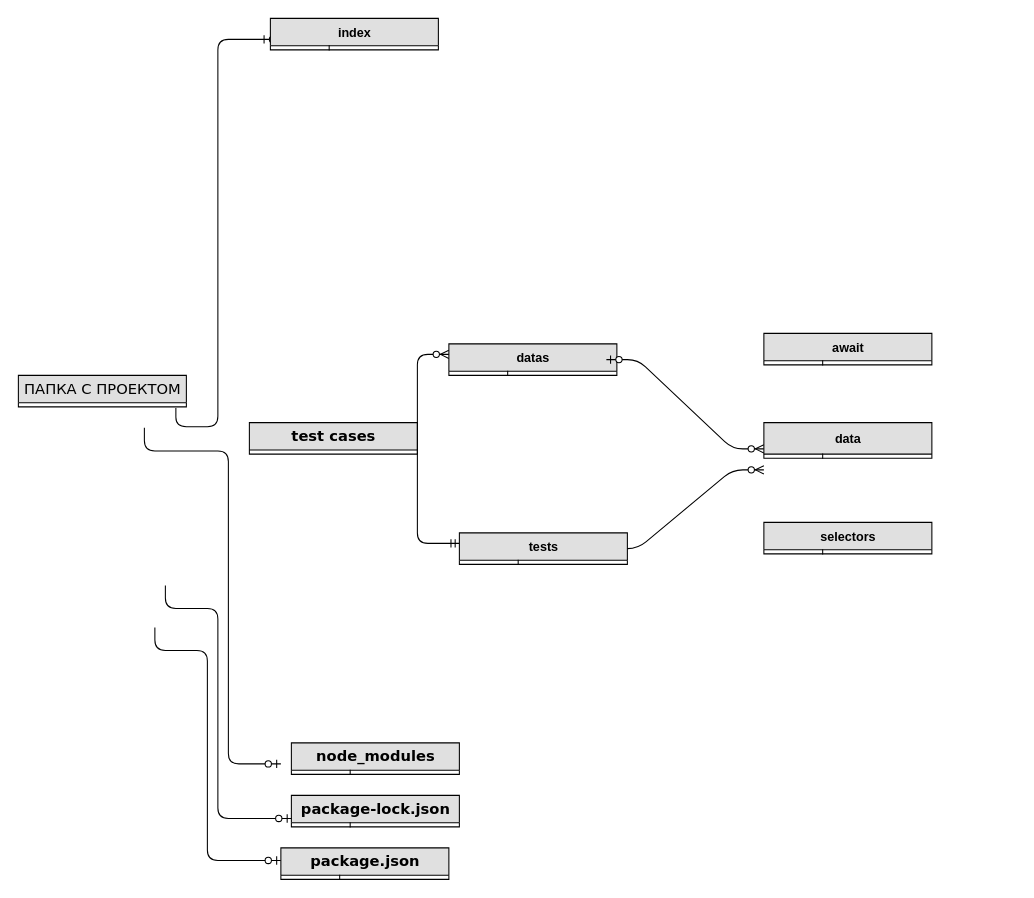
This is Untitled Diagram.drawio from rogderina/Rogderina, a draw.io file, before an edit. Source tidied: cells renumbered, new cells numbered last; positions are measured from the earlier drawing's top-left corner, leaving out a move shared by most shapes. Both pictures are drawn from the tidied source at 105%, with x=0, y=0 at pixel (18, 18).
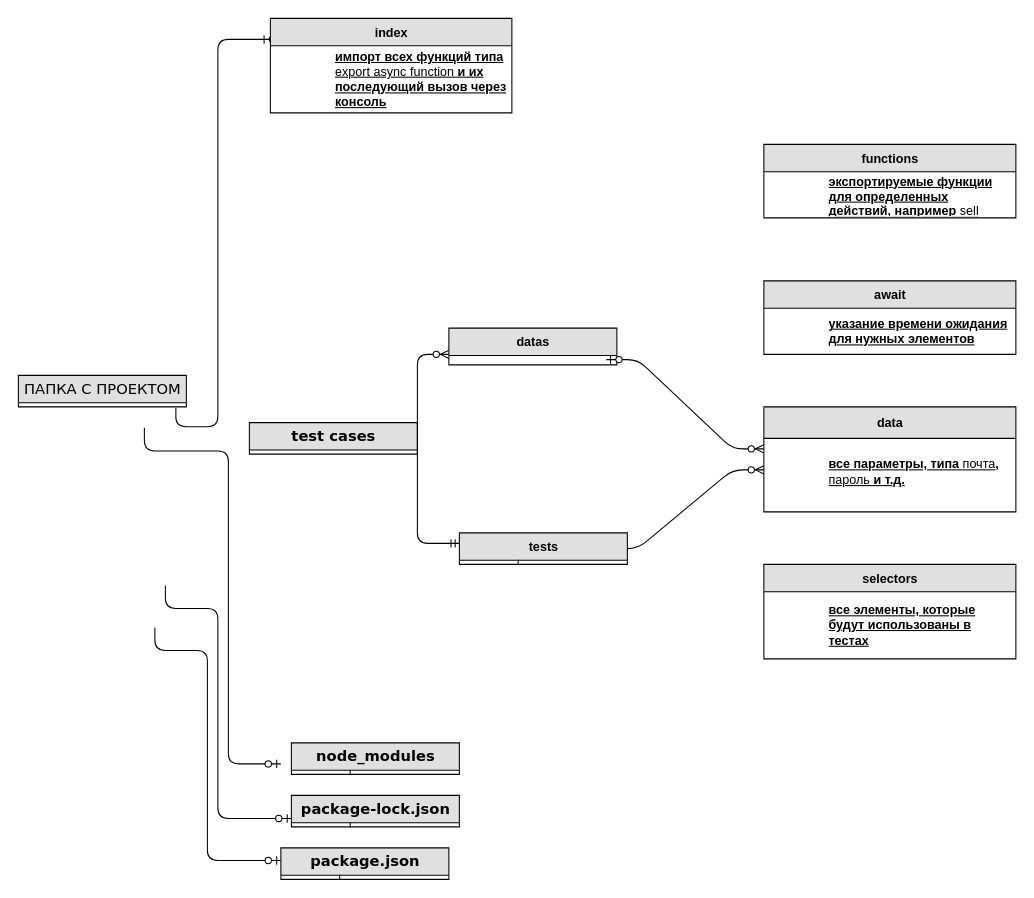
The same diagram, later.

Unchanged cells that the change refers to:
```xml
<mxCell id="23" style="shape=partialRectangle;top=0;left=0;right=0;bottom=0;html=1;align=left;verticalAlign=middle;fillColor=none;spacingLeft=60;spacingRight=4;whiteSpace=wrap;overflow=hidden;fontStyle=5;" parent="22" vertex="1">
  <mxGeometry y="26" width="160" height="4" as="geometry" />
</mxCell>
```

The edit, as a diff of the source:
```diff
@@
     <mxCell id="8" value="&lt;span style=&quot;font-family: &amp;#34;helvetica&amp;#34; ; font-size: 12px ; font-weight: 700 ; text-align: left&quot;&gt;index&lt;/span&gt;" style="swimlane;html=1;fontStyle=0;horizontal=1;startSize=26;fillColor=#e0e0e0;swimlaneFillColor=#ffffff;align=center;rounded=0;shadow=0;comic=0;labelBackgroundColor=none;strokeWidth=1;fontFamily=Verdana;fontSize=14;" parent="1" vertex="1">
-      <mxGeometry x="240" width="160" height="30" as="geometry" />
+      <mxGeometry x="240" width="230" height="90" as="geometry" />
     </mxCell>
-    <mxCell id="9" style="shape=partialRectangle;top=0;left=0;right=0;bottom=0;html=1;align=left;verticalAlign=middle;fillColor=none;spacingLeft=60;spacingRight=4;whiteSpace=wrap;overflow=hidden;fontStyle=5;" parent="8" vertex="1">
-      <mxGeometry y="26" width="160" height="4" as="geometry" />
+    <mxCell id="9" value="импорт всех функций типа &lt;span style=&quot;font-weight: normal&quot;&gt;export async function &lt;/span&gt;и их последующий вызов через консоль" style="shape=partialRectangle;top=0;left=0;right=0;bottom=0;html=1;align=left;verticalAlign=middle;fillColor=none;spacingLeft=60;spacingRight=4;whiteSpace=wrap;overflow=hidden;fontStyle=5;" parent="8" vertex="1">
+      <mxGeometry y="26" width="230" height="64" as="geometry" />
     </mxCell>
-    <mxCell id="10" style="shape=partialRectangle;fontStyle=1;top=0;left=0;bottom=0;html=1;fillColor=none;align=left;verticalAlign=middle;spacingLeft=4;spacingRight=4;whiteSpace=wrap;overflow=hidden;" parent="9" vertex="1">
-      <mxGeometry width="56" height="4" as="geometry" />
-    </mxCell>
@@
     <mxCell id="22" value="&lt;span style=&quot;font-family: &amp;#34;helvetica&amp;#34; ; font-size: 12px ; font-weight: 700 ; text-align: left&quot;&gt;datas&lt;/span&gt;" style="swimlane;html=1;fontStyle=0;horizontal=1;startSize=26;fillColor=#e0e0e0;swimlaneFillColor=#ffffff;align=center;rounded=0;shadow=0;comic=0;labelBackgroundColor=none;strokeWidth=1;fontFamily=Verdana;fontSize=14;" parent="1" vertex="1">
-      <mxGeometry x="410" y="310" width="160" height="30" as="geometry" />
+      <mxGeometry x="410" y="295" width="160" height="35" as="geometry" />
     </mxCell>
@@
-    <mxCell id="24" style="shape=partialRectangle;fontStyle=1;top=0;left=0;bottom=0;html=1;fillColor=none;align=left;verticalAlign=middle;spacingLeft=4;spacingRight=4;whiteSpace=wrap;overflow=hidden;" parent="23" vertex="1">
-      <mxGeometry width="56" height="4" as="geometry" />
-    </mxCell>
@@
     <mxCell id="29" value="&lt;span style=&quot;font-family: &amp;#34;helvetica&amp;#34; ; font-size: 12px ; font-weight: 700 ; text-align: left&quot;&gt;await&lt;/span&gt;" style="swimlane;html=1;fontStyle=0;horizontal=1;startSize=26;fillColor=#e0e0e0;swimlaneFillColor=#ffffff;align=center;rounded=0;shadow=0;comic=0;labelBackgroundColor=none;strokeWidth=1;fontFamily=Verdana;fontSize=14;" parent="1" vertex="1">
-      <mxGeometry x="710" y="300" width="160" height="30" as="geometry" />
+      <mxGeometry x="710" y="250" width="240" height="70" as="geometry" />
     </mxCell>
-    <mxCell id="30" style="shape=partialRectangle;top=0;left=0;right=0;bottom=0;html=1;align=left;verticalAlign=middle;fillColor=none;spacingLeft=60;spacingRight=4;whiteSpace=wrap;overflow=hidden;fontStyle=5;" parent="29" vertex="1">
-      <mxGeometry y="26" width="160" height="4" as="geometry" />
+    <mxCell id="30" value="указание времени ожидания для нужных элементов" style="shape=partialRectangle;top=0;left=0;right=0;bottom=0;html=1;align=left;verticalAlign=middle;fillColor=none;spacingLeft=60;spacingRight=4;whiteSpace=wrap;overflow=hidden;fontStyle=5;" parent="29" vertex="1">
+      <mxGeometry y="26" width="240" height="44" as="geometry" />
     </mxCell>
-    <mxCell id="31" style="shape=partialRectangle;fontStyle=1;top=0;left=0;bottom=0;html=1;fillColor=none;align=left;verticalAlign=middle;spacingLeft=4;spacingRight=4;whiteSpace=wrap;overflow=hidden;" parent="30" vertex="1">
-      <mxGeometry width="56" height="4" as="geometry" />
-    </mxCell>
     <mxCell id="32" value="&lt;span style=&quot;font-family: &amp;#34;helvetica&amp;#34; ; font-size: 12px ; font-weight: 700 ; text-align: left&quot;&gt;data&lt;/span&gt;" style="swimlane;html=1;fontStyle=0;horizontal=1;startSize=30;fillColor=#e0e0e0;swimlaneFillColor=#ffffff;align=center;rounded=0;shadow=0;comic=0;labelBackgroundColor=none;strokeWidth=1;fontFamily=Verdana;fontSize=14;" parent="1" vertex="1">
-      <mxGeometry x="710" y="385" width="160" height="34" as="geometry" />
+      <mxGeometry x="710" y="370" width="240" height="100" as="geometry" />
     </mxCell>
-    <mxCell id="33" style="shape=partialRectangle;top=0;left=0;right=0;bottom=0;html=1;align=left;verticalAlign=middle;fillColor=none;spacingLeft=60;spacingRight=4;whiteSpace=wrap;overflow=hidden;fontStyle=5;" parent="32" vertex="1">
-      <mxGeometry y="30" width="160" height="4" as="geometry" />
-    </mxCell>
-    <mxCell id="34" style="shape=partialRectangle;fontStyle=1;top=0;left=0;bottom=0;html=1;fillColor=none;align=left;verticalAlign=middle;spacingLeft=4;spacingRight=4;whiteSpace=wrap;overflow=hidden;" parent="33" vertex="1">
-      <mxGeometry width="56" height="4" as="geometry" />
-    </mxCell>
+    <mxCell id="38" value="все параметры, типа &lt;span style=&quot;font-weight: normal&quot;&gt;почта&lt;/span&gt;, &lt;span style=&quot;font-weight: normal&quot;&gt;пароль&lt;/span&gt; и т.д." style="shape=partialRectangle;top=0;left=0;right=0;bottom=0;html=1;align=left;verticalAlign=middle;fillColor=none;spacingLeft=60;spacingRight=4;whiteSpace=wrap;overflow=hidden;fontStyle=5;" parent="32" vertex="1">
+      <mxGeometry y="30" width="240" height="64" as="geometry" />
+    </mxCell>
     <mxCell id="35" value="&lt;span style=&quot;font-family: &amp;#34;helvetica&amp;#34; ; font-size: 12px ; font-weight: 700 ; text-align: left&quot;&gt;selectors&lt;/span&gt;" style="swimlane;html=1;fontStyle=0;horizontal=1;startSize=26;fillColor=#e0e0e0;swimlaneFillColor=#ffffff;align=center;rounded=0;shadow=0;comic=0;labelBackgroundColor=none;strokeWidth=1;fontFamily=Verdana;fontSize=14;" parent="1" vertex="1">
-      <mxGeometry x="710" y="480" width="160" height="30" as="geometry" />
+      <mxGeometry x="710" y="520" width="240" height="90" as="geometry" />
     </mxCell>
-    <mxCell id="36" style="shape=partialRectangle;top=0;left=0;right=0;bottom=0;html=1;align=left;verticalAlign=middle;fillColor=none;spacingLeft=60;spacingRight=4;whiteSpace=wrap;overflow=hidden;fontStyle=5;" parent="35" vertex="1">
-      <mxGeometry y="26" width="160" height="4" as="geometry" />
+    <mxCell id="36" value="все элементы, которые будут использованы в тестах" style="shape=partialRectangle;top=0;left=0;right=0;bottom=0;html=1;align=left;verticalAlign=middle;fillColor=none;spacingLeft=60;spacingRight=4;whiteSpace=wrap;overflow=hidden;fontStyle=5;" parent="35" vertex="1">
+      <mxGeometry y="26" width="240" height="64" as="geometry" />
     </mxCell>
-    <mxCell id="37" style="shape=partialRectangle;fontStyle=1;top=0;left=0;bottom=0;html=1;fillColor=none;align=left;verticalAlign=middle;spacingLeft=4;spacingRight=4;whiteSpace=wrap;overflow=hidden;" parent="36" vertex="1">
-      <mxGeometry width="56" height="4" as="geometry" />
-    </mxCell>
+    <mxCell id="39" value="&lt;span style=&quot;font-family: &amp;#34;helvetica&amp;#34; ; font-size: 12px ; font-weight: 700 ; text-align: left&quot;&gt;functions&lt;/span&gt;" style="swimlane;html=1;fontStyle=0;horizontal=1;startSize=26;fillColor=#e0e0e0;swimlaneFillColor=#ffffff;align=center;rounded=0;shadow=0;comic=0;labelBackgroundColor=none;strokeWidth=1;fontFamily=Verdana;fontSize=14;" parent="1" vertex="1">
+      <mxGeometry x="710" y="120" width="240" height="70" as="geometry" />
+    </mxCell>
+    <mxCell id="40" value="экспортируемые функции для определенных действий, например &lt;span style=&quot;font-weight: normal&quot;&gt;sell&lt;/span&gt;" style="shape=partialRectangle;top=0;left=0;right=0;bottom=0;html=1;align=left;verticalAlign=middle;fillColor=none;spacingLeft=60;spacingRight=4;whiteSpace=wrap;overflow=hidden;fontStyle=5;" parent="39" vertex="1">
+      <mxGeometry y="26" width="240" height="44" as="geometry" />
+    </mxCell>
```
